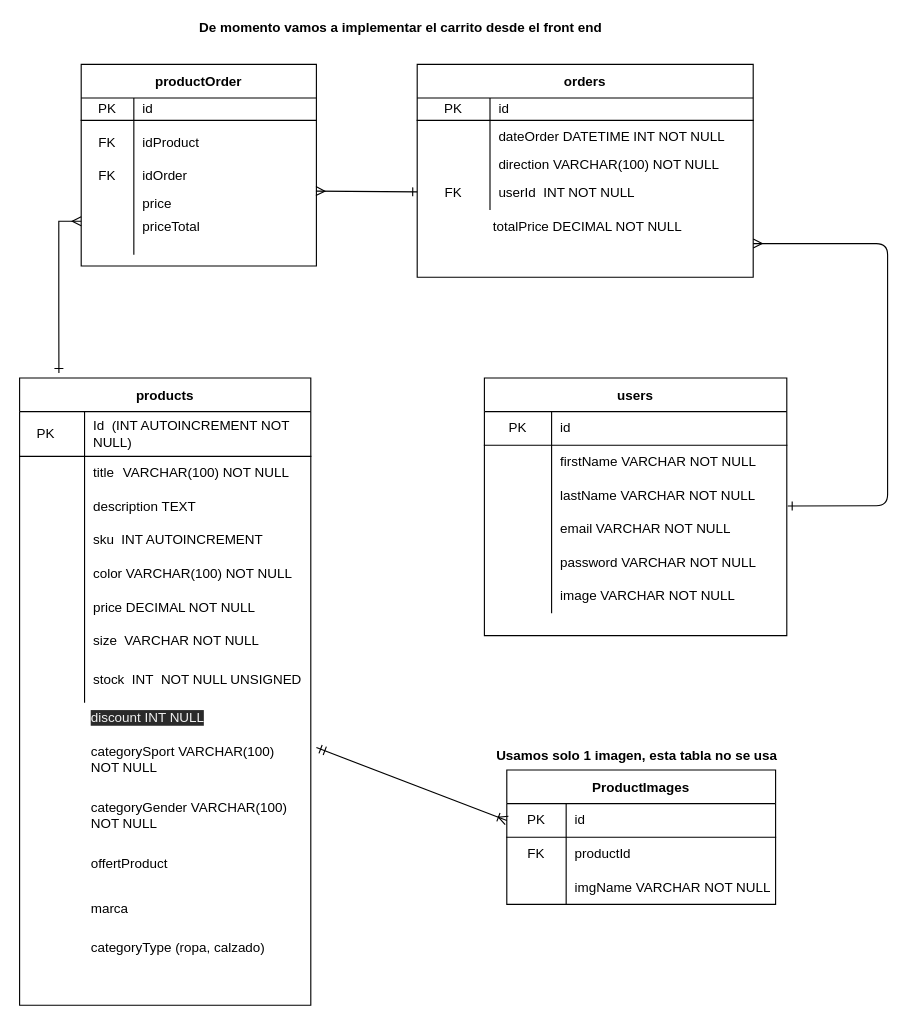
Above: data/DER/Entity-Relation-Diagram copy.drawio in 0621CDFSNCN12LAED/grupo-08 (draw.io), before the change. Source tidied: cells renumbered, new cells numbered last; positions are measured from the earlier drawing's top-left corner, leaving out a move shared by most shapes. Both pictures are drawn from the tidied source at 112%, with x=0, y=0 at pixel (19, 19).
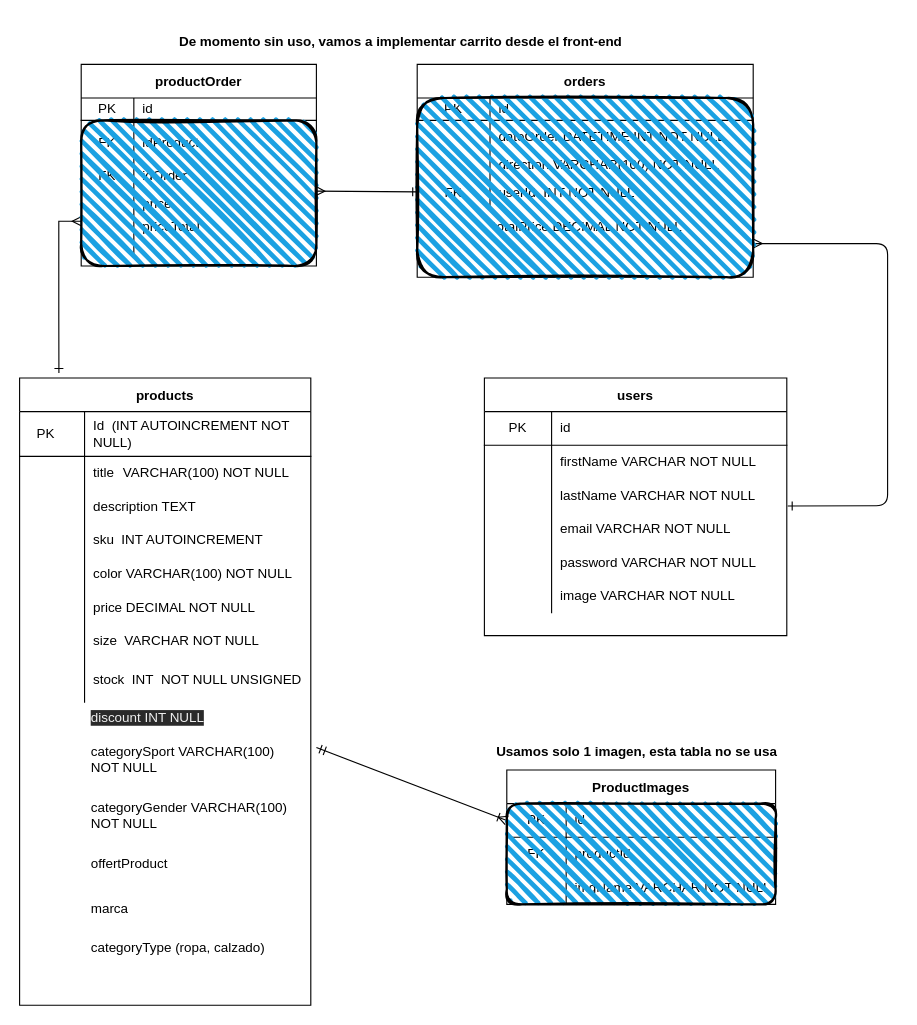
Above is the later version.

Change to the diagram source:
```diff
@@
     <mxCell id="88" value="Usamos solo 1 imagen, esta tabla no se usa" style="text;strokeColor=none;fillColor=none;align=left;verticalAlign=top;spacingLeft=4;spacingRight=4;overflow=hidden;fontStyle=1;" parent="1" vertex="1">
-      <mxGeometry x="420" y="644" width="270" height="26" as="geometry" />
+      <mxGeometry x="420" y="640" width="270" height="26" as="geometry" />
     </mxCell>
@@
-    <mxCell id="96" value="&lt;b&gt;De momento vamos a implementar el carrito desde el front end&lt;br&gt;&lt;br&gt;&lt;/b&gt;" style="text;html=1;align=center;verticalAlign=middle;strokeColor=none;" parent="1" vertex="1">
-      <mxGeometry x="155" width="370" height="30" as="geometry" />
-    </mxCell>
+    <mxCell id="97" style="rounded=1;whiteSpace=wrap;html=1;strokeWidth=2;fillWeight=4;hachureGap=8;hachureAngle=45;fillColor=#1ba1e2;sketch=1;" parent="1" vertex="1">
+      <mxGeometry x="435" y="700" width="240" height="90" as="geometry" />
+    </mxCell>
+    <mxCell id="98" style="rounded=1;whiteSpace=wrap;html=1;strokeWidth=2;fillWeight=4;hachureGap=8;hachureAngle=45;fillColor=#1ba1e2;sketch=1;" parent="1" vertex="1">
+      <mxGeometry x="55" y="90" width="210" height="130" as="geometry" />
+    </mxCell>
+    <mxCell id="99" style="rounded=1;whiteSpace=wrap;html=1;strokeWidth=2;fillWeight=4;hachureGap=8;hachureAngle=45;fillColor=#1ba1e2;sketch=1;" parent="1" vertex="1">
+      <mxGeometry x="355" y="70" width="300" height="160" as="geometry" />
+    </mxCell>
+    <mxCell id="100" style="text;html=1;align=center;verticalAlign=middle;strokeColor=none;" parent="1" vertex="1">
+      <mxGeometry x="285" width="20" height="20" as="geometry" />
+    </mxCell>
+    <mxCell id="101" value="&lt;b&gt;De momento sin uso, vamos a implementar carrito desde el front-end&lt;/b&gt;" style="text;html=1;align=center;verticalAlign=middle;strokeColor=none;" parent="1" vertex="1">
+      <mxGeometry x="135" y="10" width="410" height="20" as="geometry" />
+    </mxCell>
```
